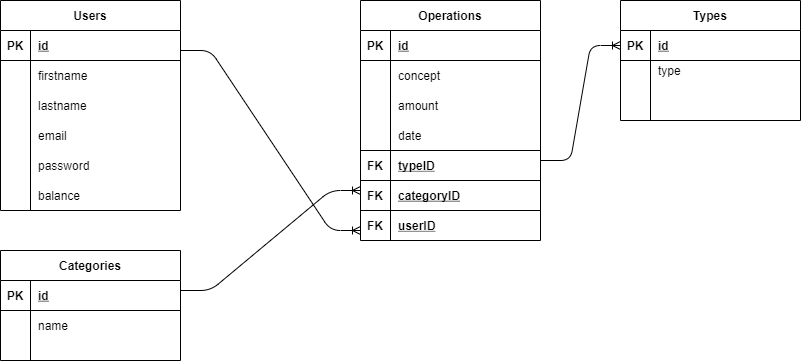
This is docs/images/diagram.png from msosa98/alkemy-challenge-backend, a draw.io export, as it was before one commit. Source tidied: cells renumbered, new cells last; positions are measured from the earlier drawing's top-left corner, leaving out a move shared by most shapes.
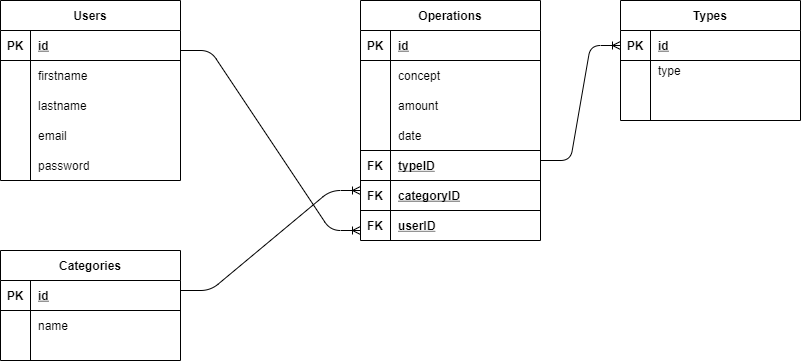
Later version of the same file.

What changed in the source:
```diff
@@ -3,7 +3,7 @@
     <mxCell id="0" />
     <mxCell id="1" parent="0" />
     <mxCell id="2" value="Users" style="shape=table;startSize=30;rowLines=0;fontStyle=1;align=center;" parent="1" vertex="1">
-      <mxGeometry width="180" height="210" as="geometry" />
+      <mxGeometry width="180" height="180" as="geometry" />
     </mxCell>
     <mxCell id="3" style="shape=partialRectangle;fillColor=none;top=0;left=0;bottom=1;right=0;" parent="2" vertex="1">
       <mxGeometry y="30" width="180" height="30" as="geometry" />
@@ -187,8 +187,5 @@
         <mxPoint x="540" y="160" as="sourcePoint" />
       </mxGeometry>
     </mxCell>
-    <mxCell id="61" value="balance" style="shape=partialRectangle;fillColor=none;top=0;left=0;bottom=0;right=0;align=left;spacingLeft=6;overflow=hidden;" parent="1" vertex="1">
-      <mxGeometry x="30" y="180" width="150" height="30" as="geometry" />
-    </mxCell>
   </root>
 </mxGraphModel>
```
